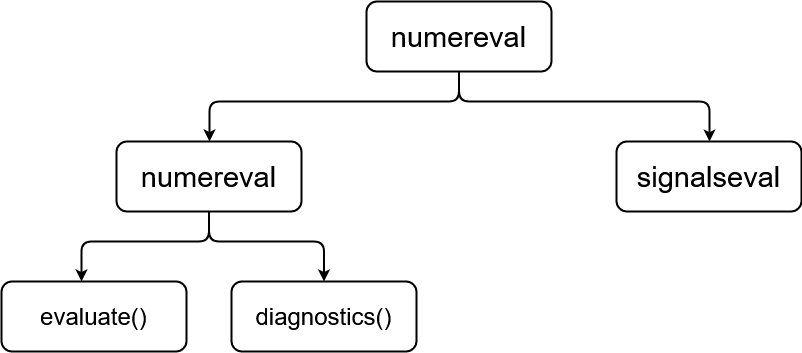
The draw.io diagram images/numereval_structure.png in councilofelders/numereval, before a commit. Source tidied: cells renumbered, new cells last; positions are measured from the earlier drawing's top-left corner, leaving out a move shared by most shapes.
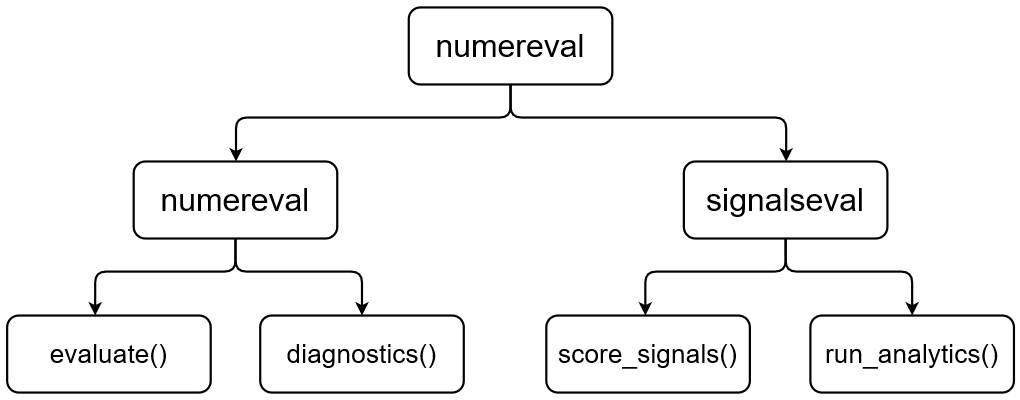
After the change.

The edit, as a diff of the source:
```diff
@@ -34,23 +34,47 @@
     <mxCell id="8" value="&lt;font style=&quot;font-size: 24px&quot;&gt;diagnostics()&lt;/font&gt;" style="rounded=1;whiteSpace=wrap;html=1;strokeWidth=2;" parent="1" vertex="1">
       <mxGeometry x="230" y="280" width="185" height="70" as="geometry" />
     </mxCell>
-    <mxCell id="9" style="edgeStyle=segmentEdgeStyle;endArrow=classic;html=1;exitX=0.5;exitY=1;exitDx=0;exitDy=0;strokeWidth=2;" parent="1" edge="1" target="7">
-      <mxGeometry relative="1" as="geometry">
-        <mxPoint x="207.5" y="210" as="sourcePoint" />
-        <Array as="points">
-          <mxPoint x="207" y="240" />
-          <mxPoint x="80" y="240" />
-        </Array>
-      </mxGeometry>
-    </mxCell>
-    <mxCell id="10" style="edgeStyle=segmentEdgeStyle;endArrow=classic;html=1;entryX=0.5;entryY=0;entryDx=0;entryDy=0;exitX=0.5;exitY=1;exitDx=0;exitDy=0;strokeWidth=2;" parent="1" edge="1" target="8">
-      <mxGeometry relative="1" as="geometry">
-        <mxPoint x="207.5" y="210" as="sourcePoint" />
-        <Array as="points">
-          <mxPoint x="207" y="240" />
-          <mxPoint x="323" y="240" />
-        </Array>
-      </mxGeometry>
-    </mxCell>
+    <mxCell id="11" style="edgeStyle=segmentEdgeStyle;endArrow=classic;html=1;exitX=0.5;exitY=1;exitDx=0;exitDy=0;strokeWidth=2;" parent="1" edge="1" target="7">
+      <mxGeometry relative="1" as="geometry">
+        <mxPoint x="207.5" y="210" as="sourcePoint" />
+        <Array as="points">
+          <mxPoint x="207" y="240" />
+          <mxPoint x="80" y="240" />
+        </Array>
+      </mxGeometry>
+    </mxCell>
+    <mxCell id="12" style="edgeStyle=segmentEdgeStyle;endArrow=classic;html=1;entryX=0.5;entryY=0;entryDx=0;entryDy=0;exitX=0.5;exitY=1;exitDx=0;exitDy=0;strokeWidth=2;" parent="1" edge="1" target="8">
+      <mxGeometry relative="1" as="geometry">
+        <mxPoint x="207.5" y="210" as="sourcePoint" />
+        <Array as="points">
+          <mxPoint x="207" y="240" />
+          <mxPoint x="323" y="240" />
+        </Array>
+      </mxGeometry>
+    </mxCell>
+    <mxCell id="13" value="&lt;div align=&quot;center&quot;&gt;&lt;font style=&quot;font-size: 24px&quot;&gt;score_signals()&lt;/font&gt;&lt;/div&gt;" style="rounded=1;whiteSpace=wrap;html=1;strokeWidth=2;align=center;verticalAlign=middle;" parent="1" vertex="1">
+      <mxGeometry x="490" y="280" width="185" height="70" as="geometry" />
+    </mxCell>
+    <mxCell id="14" value="&lt;div&gt;&lt;font style=&quot;font-size: 24px&quot;&gt;run_analytics()&lt;/font&gt;&lt;/div&gt;" style="rounded=1;whiteSpace=wrap;html=1;strokeWidth=2;" parent="1" vertex="1">
+      <mxGeometry x="730" y="280" width="185" height="70" as="geometry" />
+    </mxCell>
+    <mxCell id="15" style="edgeStyle=segmentEdgeStyle;endArrow=classic;html=1;exitX=0.5;exitY=1;exitDx=0;exitDy=0;strokeWidth=2;" parent="1" edge="1" target="13">
+      <mxGeometry relative="1" as="geometry">
+        <mxPoint x="707.5" y="210" as="sourcePoint" />
+        <Array as="points">
+          <mxPoint x="707" y="240" />
+          <mxPoint x="580" y="240" />
+        </Array>
+      </mxGeometry>
+    </mxCell>
+    <mxCell id="16" style="edgeStyle=segmentEdgeStyle;endArrow=classic;html=1;entryX=0.5;entryY=0;entryDx=0;entryDy=0;exitX=0.5;exitY=1;exitDx=0;exitDy=0;strokeWidth=2;" parent="1" edge="1" target="14">
+      <mxGeometry relative="1" as="geometry">
+        <mxPoint x="707.5" y="210" as="sourcePoint" />
+        <Array as="points">
+          <mxPoint x="707" y="240" />
+          <mxPoint x="823" y="240" />
+        </Array>
+      </mxGeometry>
+    </mxCell>
   </root>
 </mxGraphModel>
```
